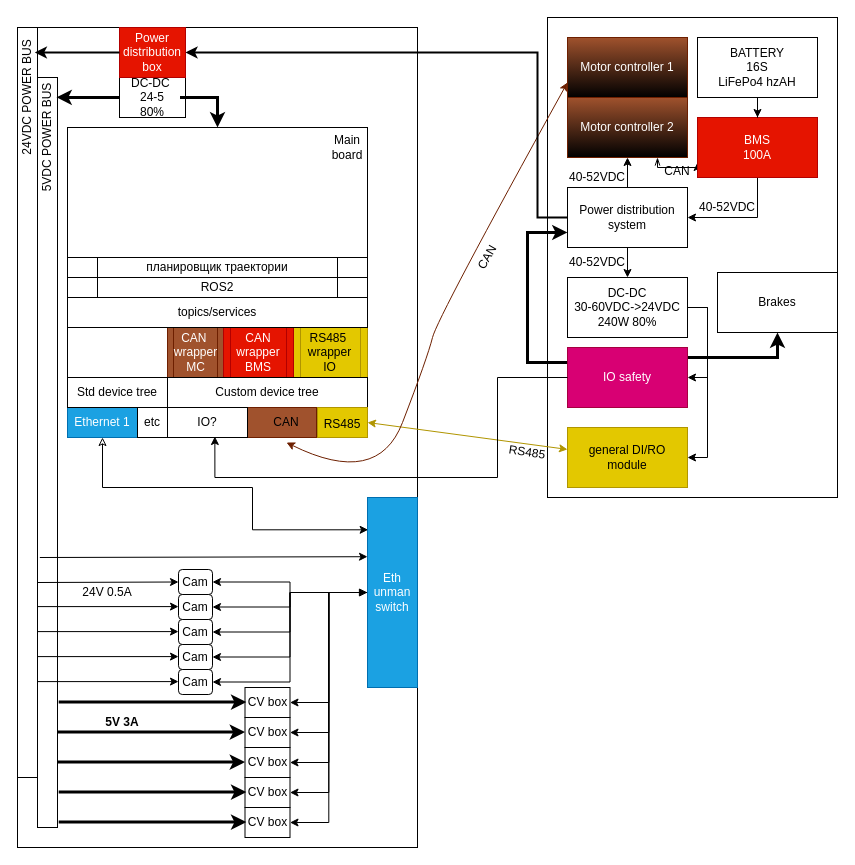
Earlier version of the draw.io diagram AGVmini.drawio (megavad/Diagrams). Source tidied: cells renumbered, new cells numbered last; positions are measured from the earlier drawing's top-left corner, leaving out a move shared by most shapes. Both pictures are drawn from the tidied source at 100%, with x=0, y=0 at pixel (-38, 17).
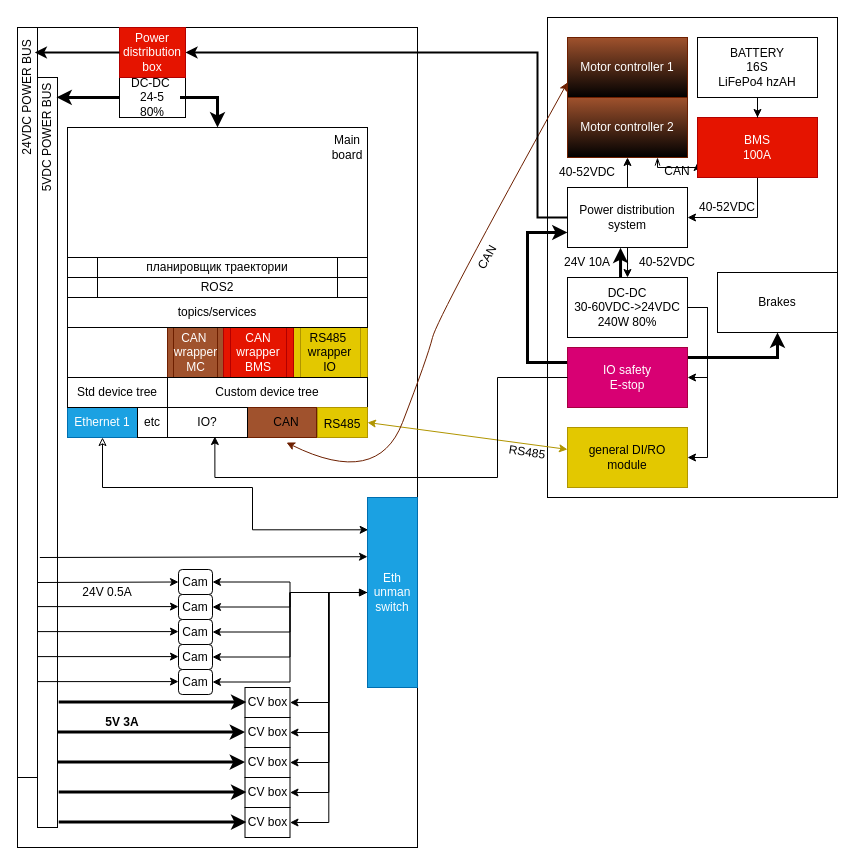
The same page after the edit.

Unchanged cells that the change refers to:
```xml
<mxCell id="42" value="Power distribution&lt;div&gt;system&lt;/div&gt;" style="rounded=0;whiteSpace=wrap;html=1;fillColor=light-dark(#FFFFFF,#FF0000);" parent="1" vertex="1">
  <mxGeometry x="605" y="170" width="120" height="60" as="geometry" />
</mxCell>
<mxCell id="46" value="DC-DC&lt;div&gt;30-60VDC-&amp;gt;24VDC&lt;/div&gt;&lt;div&gt;240W 80%&lt;/div&gt;" style="rounded=0;whiteSpace=wrap;html=1;strokeColor=light-dark(#000000,#FF0000);" parent="1" vertex="1">
  <mxGeometry x="605" y="260" width="120" height="60" as="geometry" />
</mxCell>
```

Diff of the diagram source:
```diff
@@
-    <mxCell id="32" value="IO safety" style="rounded=0;whiteSpace=wrap;html=1;fillColor=#d80073;fontColor=#ffffff;strokeColor=#A50040;" parent="1" vertex="1">
+    <mxCell id="32" value="IO safety&lt;div&gt;E-stop&lt;/div&gt;" style="rounded=0;whiteSpace=wrap;html=1;fillColor=#d80073;fontColor=#ffffff;strokeColor=#A50040;" parent="1" vertex="1">
       <mxGeometry x="605" y="330" width="120" height="60" as="geometry" />
     </mxCell>
@@
-    <mxCell id="40" style="edgeStyle=orthogonalEdgeStyle;rounded=0;jettySize=auto;html=1;" parent="1" edge="1" source="42" target="46">
+    <mxCell id="40" style="edgeStyle=orthogonalEdgeStyle;rounded=0;jettySize=auto;html=1;startArrow=none;startFill=0;strokeColor=light-dark(#000000,#FFFFFF);" parent="1" edge="1" source="42" target="46">
       <mxGeometry relative="1" as="geometry" />
     </mxCell>
@@
     <mxCell id="92" value="40-52VDC" style="text;html=1;whiteSpace=wrap;strokeColor=none;fillColor=none;align=center;verticalAlign=middle;rounded=0;" parent="1" vertex="1">
-      <mxGeometry x="605" y="145" width="60" height="30" as="geometry" />
+      <mxGeometry x="595" y="140" width="60" height="30" as="geometry" />
     </mxCell>
     <mxCell id="93" value="40-52VDC" style="text;html=1;whiteSpace=wrap;strokeColor=none;fillColor=none;align=center;verticalAlign=middle;rounded=0;" parent="1" vertex="1">
-      <mxGeometry x="605" y="230" width="60" height="30" as="geometry" />
+      <mxGeometry x="675" y="230" width="60" height="30" as="geometry" />
     </mxCell>
@@
+    <mxCell id="96" style="endArrow=classic;html=1;rounded=0;exitX=0.442;exitY=0.006;exitDx=0;exitDy=0;entryX=0.442;entryY=1.006;entryDx=0;entryDy=0;strokeColor=light-dark(#000000,#FF0000);strokeWidth=3;entryPerimeter=0;exitPerimeter=0;" parent="1" edge="1" source="46" target="42">
+      <mxGeometry relative="1" as="geometry" />
+    </mxCell>
+    <mxCell id="97" value="24V 10A" style="text;html=1;whiteSpace=wrap;strokeColor=none;fillColor=none;align=center;verticalAlign=middle;rounded=0;fontColor=light-dark(#000000,#FF0000);" parent="1" vertex="1">
+      <mxGeometry x="595" y="230" width="60" height="30" as="geometry" />
+    </mxCell>
```
